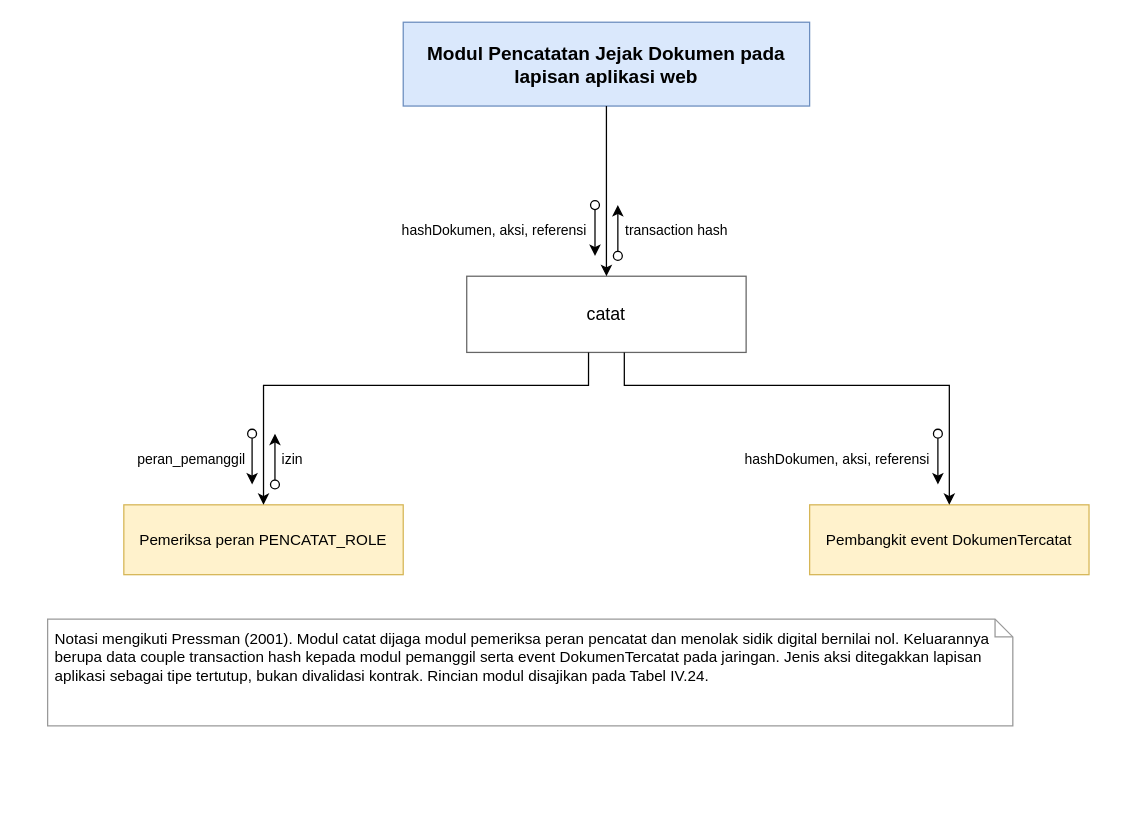
Earlier version of the draw.io diagram docs/diagram/IV-14-structure-chart-registri.drawio (SandChik/TugasAkhir). Source tidied: cells renumbered, new cells numbered last; positions are measured from the earlier drawing's top-left corner, leaving out a move shared by most shapes. Both pictures are drawn from the tidied source at 127%, with x=0, y=0 at pixel (47, 22).
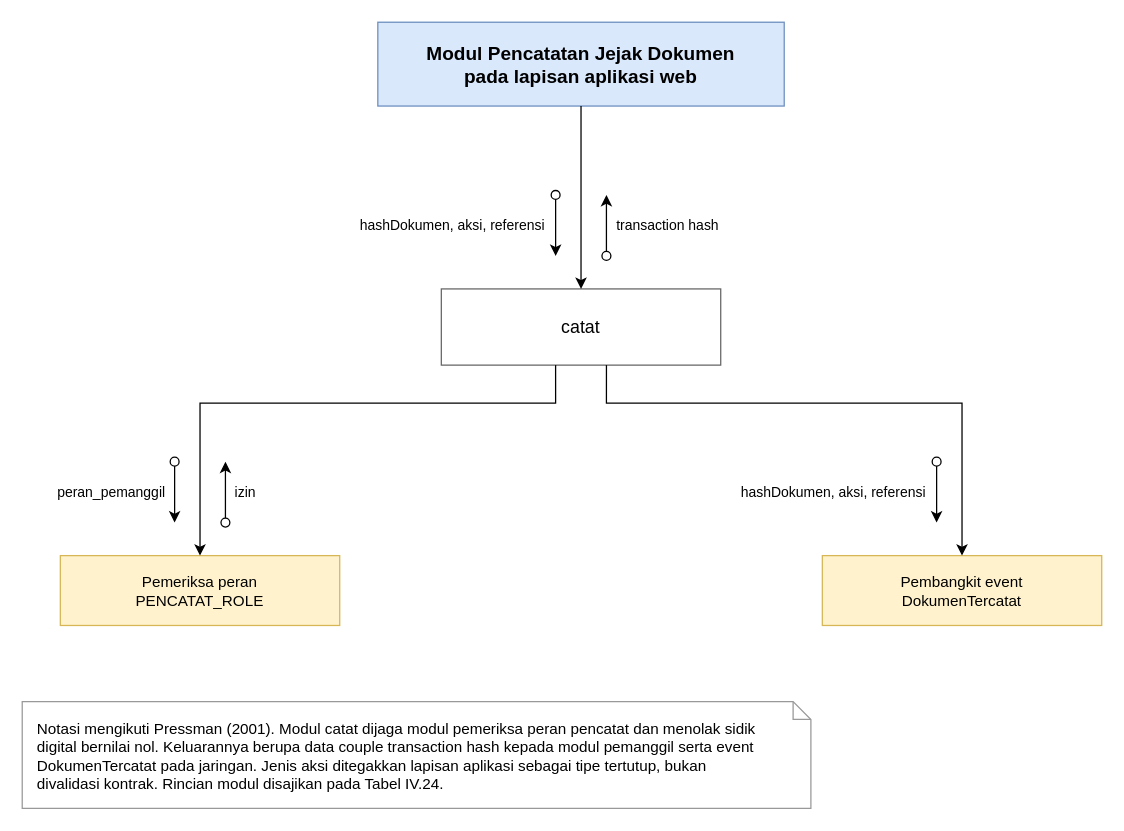
Above is the later version.

The edit, as a diff of the source:
```diff
@@
-    <mxCell id="2" value="Modul Pencatatan Jejak Dokumen pada lapisan aplikasi web" style="rounded=0;whiteSpace=wrap;html=1;fontSize=15;align=center;strokeColor=#6c8ebf;fillColor=#dae8fc;fontStyle=1;" parent="1" vertex="1">
-      <mxGeometry x="280" width="320" height="66" as="geometry" />
+    <mxCell id="2" value="Modul Pencatatan Jejak Dokumen&lt;br&gt;pada lapisan aplikasi web" style="rounded=0;whiteSpace=wrap;html=1;fontSize=15;align=center;strokeColor=#6c8ebf;fillColor=#dae8fc;fontStyle=1;" parent="1" vertex="1">
+      <mxGeometry x="260" width="320" height="66" as="geometry" />
     </mxCell>
     <mxCell id="3" value="catat" style="rounded=0;whiteSpace=wrap;html=1;fontSize=14;align=center;strokeColor=#666666;fillColor=#ffffff;" parent="1" vertex="1">
-      <mxGeometry x="330" y="200" width="220" height="60" as="geometry" />
+      <mxGeometry x="310" y="210" width="220" height="60" as="geometry" />
     </mxCell>
-    <mxCell id="4" value="Pemeriksa peran PENCATAT_ROLE" style="rounded=0;whiteSpace=wrap;html=1;fontSize=12;align=center;strokeColor=#d6b656;fillColor=#fff2cc;" parent="1" vertex="1">
-      <mxGeometry x="60" y="380" width="220" height="55" as="geometry" />
+    <mxCell id="4" value="Pemeriksa peran&lt;br&gt;PENCATAT_ROLE" style="rounded=0;whiteSpace=wrap;html=1;fontSize=12;align=center;strokeColor=#d6b656;fillColor=#fff2cc;" parent="1" vertex="1">
+      <mxGeometry x="10" y="420" width="220" height="55" as="geometry" />
     </mxCell>
-    <mxCell id="5" value="Pembangkit event DokumenTercatat" style="rounded=0;whiteSpace=wrap;html=1;fontSize=12;align=center;strokeColor=#d6b656;fillColor=#fff2cc;" parent="1" vertex="1">
-      <mxGeometry x="600" y="380" width="220" height="55" as="geometry" />
+    <mxCell id="5" value="Pembangkit event&lt;br&gt;DokumenTercatat" style="rounded=0;whiteSpace=wrap;html=1;fontSize=12;align=center;strokeColor=#d6b656;fillColor=#fff2cc;" parent="1" vertex="1">
+      <mxGeometry x="610" y="420" width="220" height="55" as="geometry" />
     </mxCell>
-    <mxCell id="6" value="Notasi mengikuti Pressman (2001). Modul catat dijaga modul pemeriksa peran pencatat dan menolak sidik digital bernilai nol. Keluarannya berupa data couple transaction hash kepada modul pemanggil serta event DokumenTercatat pada jaringan. Jenis aksi ditegakkan lapisan aplikasi sebagai tipe tertutup, bukan divalidasi kontrak. Rincian modul disajikan pada Tabel IV.24." style="shape=note;size=14;verticalAlign=top;spacingLeft=4;spacingTop=2;whiteSpace=wrap;html=1;fontSize=12;align=left;strokeColor=#999999;fillColor=#ffffff;" parent="1" vertex="1">
-      <mxGeometry y="470" width="760" height="84" as="geometry" />
+    <mxCell id="6" value="Notasi mengikuti Pressman (2001). Modul catat dijaga modul pemeriksa peran pencatat dan menolak sidik&lt;br&gt;digital bernilai nol. Keluarannya berupa data couple transaction hash kepada modul pemanggil serta event&lt;br&gt;DokumenTercatat pada jaringan. Jenis aksi ditegakkan lapisan aplikasi sebagai tipe tertutup, bukan&lt;br&gt;divalidasi kontrak. Rincian modul disajikan pada Tabel IV.24." style="shape=note;size=14;verticalAlign=top;spacingLeft=10;spacingRight=20;spacingTop=8;whiteSpace=wrap;html=1;fontSize=12;align=left;strokeColor=#999999;fillColor=#ffffff;" parent="1" vertex="1">
+      <mxGeometry x="-20" y="535" width="621" height="84" as="geometry" />
     </mxCell>
@@
     <mxCell id="8" style="edgeStyle=orthogonalEdgeStyle;rounded=0;html=1;strokeColor=#000000;endArrow=classic;startArrow=oval;startFill=0;startSize=7;" parent="1" edge="1">
       <mxGeometry relative="1" as="geometry">
-        <mxPoint x="431" y="144" as="sourcePoint" />
-        <mxPoint x="431" y="184" as="targetPoint" />
+        <mxPoint x="400" y="136" as="sourcePoint" />
+        <mxPoint x="400" y="184" as="targetPoint" />
       </mxGeometry>
     </mxCell>
     <mxCell id="9" style="edgeStyle=orthogonalEdgeStyle;rounded=0;html=1;strokeColor=#000000;endArrow=classic;startArrow=oval;startFill=0;startSize=7;" parent="1" edge="1">
       <mxGeometry relative="1" as="geometry">
-        <mxPoint x="449" y="184" as="sourcePoint" />
-        <mxPoint x="449" y="144" as="targetPoint" />
+        <mxPoint x="440" y="184" as="sourcePoint" />
+        <mxPoint x="440" y="136" as="targetPoint" />
       </mxGeometry>
     </mxCell>
-    <mxCell id="10" style="edgeStyle=orthogonalEdgeStyle;rounded=0;html=1;strokeColor=#000000;endArrow=classic;startArrow=none;exitX=0.436;exitY=1.000;exitDx=0;exitDy=0;entryX=0.500;entryY=0.000;entryDx=0;entryDy=0;" parent="1" edge="1" source="3" target="4">
+    <mxCell id="10" style="edgeStyle=orthogonalEdgeStyle;rounded=0;html=1;strokeColor=#000000;endArrow=classic;startArrow=none;exitX=0.409;exitY=1.000;exitDx=0;exitDy=0;entryX=0.500;entryY=0.000;entryDx=0;entryDy=0;" parent="1" edge="1" source="3" target="4">
       <mxGeometry relative="1" as="geometry">
         <Array as="points">
-          <mxPoint x="426" y="286" />
-          <mxPoint x="170" y="286" />
+          <mxPoint x="400" y="300" />
+          <mxPoint x="120" y="300" />
         </Array>
       </mxGeometry>
     </mxCell>
     <mxCell id="11" style="edgeStyle=orthogonalEdgeStyle;rounded=0;html=1;strokeColor=#000000;endArrow=classic;startArrow=oval;startFill=0;startSize=7;" parent="1" edge="1">
       <mxGeometry relative="1" as="geometry">
-        <mxPoint x="161" y="324" as="sourcePoint" />
-        <mxPoint x="161" y="364" as="targetPoint" />
+        <mxPoint x="100" y="346" as="sourcePoint" />
+        <mxPoint x="100" y="394" as="targetPoint" />
       </mxGeometry>
     </mxCell>
     <mxCell id="12" style="edgeStyle=orthogonalEdgeStyle;rounded=0;html=1;strokeColor=#000000;endArrow=classic;startArrow=oval;startFill=0;startSize=7;" parent="1" edge="1">
       <mxGeometry relative="1" as="geometry">
-        <mxPoint x="179" y="364" as="sourcePoint" />
-        <mxPoint x="179" y="324" as="targetPoint" />
+        <mxPoint x="140" y="394" as="sourcePoint" />
+        <mxPoint x="140" y="346" as="targetPoint" />
       </mxGeometry>
     </mxCell>
-    <mxCell id="13" style="edgeStyle=orthogonalEdgeStyle;rounded=0;html=1;strokeColor=#000000;endArrow=classic;startArrow=none;exitX=0.564;exitY=1.000;exitDx=0;exitDy=0;entryX=0.500;entryY=0.000;entryDx=0;entryDy=0;" parent="1" edge="1" source="3" target="5">
+    <mxCell id="13" style="edgeStyle=orthogonalEdgeStyle;rounded=0;html=1;strokeColor=#000000;endArrow=classic;startArrow=none;exitX=0.591;exitY=1.000;exitDx=0;exitDy=0;entryX=0.500;entryY=0.000;entryDx=0;entryDy=0;" parent="1" edge="1" source="3" target="5">
       <mxGeometry relative="1" as="geometry">
         <Array as="points">
-          <mxPoint x="454" y="286" />
-          <mxPoint x="710" y="286" />
+          <mxPoint x="440" y="300" />
+          <mxPoint x="720" y="300" />
         </Array>
       </mxGeometry>
     </mxCell>
     <mxCell id="14" style="edgeStyle=orthogonalEdgeStyle;rounded=0;html=1;strokeColor=#000000;endArrow=classic;startArrow=oval;startFill=0;startSize=7;" parent="1" edge="1">
       <mxGeometry relative="1" as="geometry">
-        <mxPoint x="701" y="324" as="sourcePoint" />
-        <mxPoint x="701" y="364" as="targetPoint" />
+        <mxPoint x="700" y="346" as="sourcePoint" />
+        <mxPoint x="700" y="394" as="targetPoint" />
       </mxGeometry>
     </mxCell>
     <mxCell id="15" value="hashDokumen, aksi, referensi" style="text;html=1;whiteSpace=wrap;fontSize=11;align=center;verticalAlign=middle;strokeColor=none;fillColor=#ffffff;" parent="1" vertex="1">
-      <mxGeometry x="276" y="156" width="152" height="15" as="geometry" />
+      <mxGeometry x="243" y="152" width="152" height="15" as="geometry" />
     </mxCell>
     <mxCell id="16" value="transaction hash" style="text;html=1;whiteSpace=wrap;fontSize=11;align=center;verticalAlign=middle;strokeColor=none;fillColor=#ffffff;" parent="1" vertex="1">
-      <mxGeometry x="452" y="156" width="87" height="15" as="geometry" />
+      <mxGeometry x="445" y="152" width="87" height="15" as="geometry" />
     </mxCell>
     <mxCell id="17" value="peran_pemanggil" style="text;html=1;whiteSpace=wrap;fontSize=11;align=center;verticalAlign=middle;strokeColor=none;fillColor=#ffffff;" parent="1" vertex="1">
-      <mxGeometry x="69" y="336" width="89" height="15" as="geometry" />
+      <mxGeometry x="6" y="362" width="89" height="15" as="geometry" />
     </mxCell>
     <mxCell id="18" value="izin" style="text;html=1;whiteSpace=wrap;fontSize=11;align=center;verticalAlign=middle;strokeColor=none;fillColor=#ffffff;" parent="1" vertex="1">
-      <mxGeometry x="182" y="336" width="22" height="15" as="geometry" />
+      <mxGeometry x="145" y="362" width="22" height="15" as="geometry" />
     </mxCell>
     <mxCell id="19" value="hashDokumen, aksi, referensi" style="text;html=1;whiteSpace=wrap;fontSize=11;align=center;verticalAlign=middle;strokeColor=none;fillColor=#ffffff;" parent="1" vertex="1">
-      <mxGeometry x="546" y="336" width="152" height="15" as="geometry" />
+      <mxGeometry x="543" y="362" width="152" height="15" as="geometry" />
     </mxCell>
```
